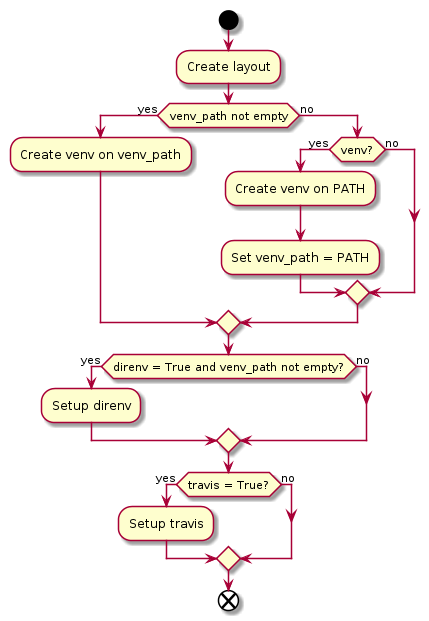
This is docs/uml/project.png from constrict0r/amanita, a PlantUML export, as it was before one commit.
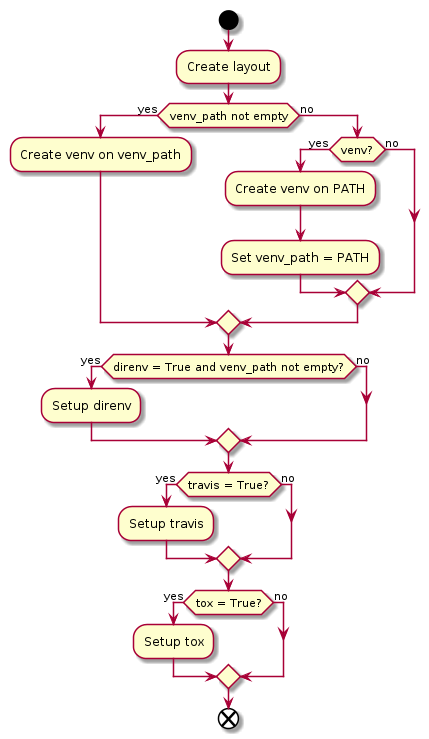
After the change.

Change to the diagram source:
```diff
@@ -22,5 +22,10 @@
 else (no)
 endif
 
+if (tox = True?) then (yes)
+  :Setup tox;
+else (no)
+endif
+
 end
 @enduml
```
